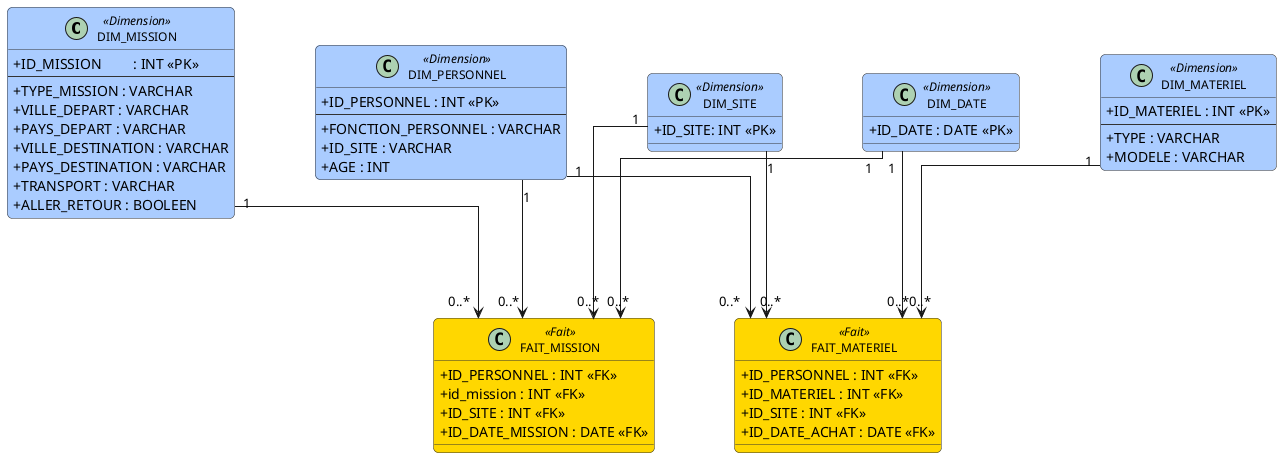
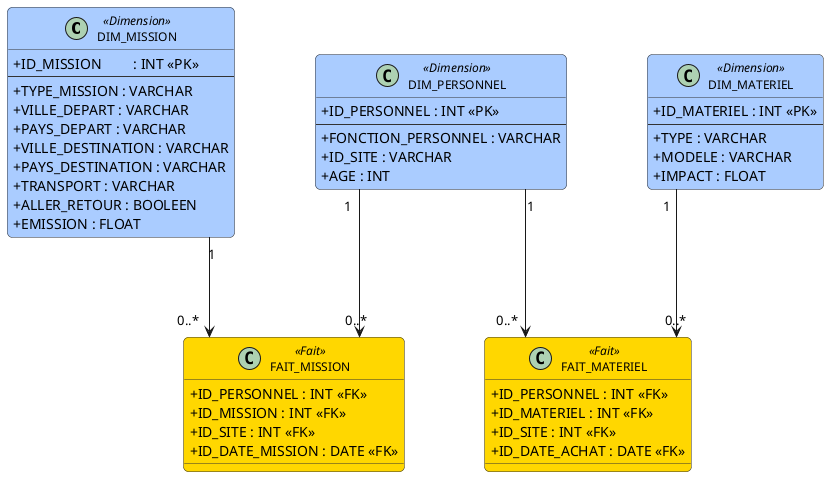
@startuml ModeleDonnees

skinparam classAttributeIconSize 0
skinparam linetype ortho
skinparam nodesep 80
skinparam ranksep 100
skinparam shadowing false
skinparam roundCorner 10
skinparam class {
  BackgroundColor<<Fait>> #FFD700
  BackgroundColor<<Dimension>> #AACCFF
  BorderColor #333333
  FontSize 12
}

' ===== DIMENSIONS PARTAGÉES / HAUT =====
class DIM_MISSION << Dimension >> {
  + ID_MISSION	 : INT <<PK>>
  --
  + TYPE_MISSION : VARCHAR
  + VILLE_DEPART : VARCHAR
  + PAYS_DEPART : VARCHAR
  + VILLE_DESTINATION : VARCHAR
  + PAYS_DESTINATION : VARCHAR
  + TRANSPORT : VARCHAR
  + ALLER_RETOUR : BOOLEEN
+   + EMISSION : FLOAT
}

class DIM_MATERIEL << Dimension >> {
  + ID_MATERIEL : INT <<PK>>
  --
  + TYPE : VARCHAR
  + MODELE : VARCHAR
+   + IMPACT : FLOAT
}

' ===== DIMENSION CENTRALE PARTAGÉE =====
class DIM_PERSONNEL << Dimension >> {
  + ID_PERSONNEL : INT <<PK>>
  --
  + FONCTION_PERSONNEL : VARCHAR
  + ID_SITE : VARCHAR
  + AGE : INT
}

- class DIM_SITE << Dimension >> {
-   + ID_SITE: INT <<PK>>
- }
- 
- class DIM_DATE << Dimension >> {
-   + ID_DATE : DATE <<PK>>
- }
- 
' ===== TABLES DE FAITS =====
class FAIT_MISSION << Fait >> {
  + ID_PERSONNEL : INT <<FK>>
-   + id_mission : INT <<FK>>
+   + ID_MISSION : INT <<FK>>
  + ID_SITE : INT <<FK>>
  + ID_DATE_MISSION : DATE <<FK>>
}

class FAIT_MATERIEL << Fait >> {
  + ID_PERSONNEL : INT <<FK>>
  + ID_MATERIEL : INT <<FK>>
  + ID_SITE : INT <<FK>>
  + ID_DATE_ACHAT : DATE <<FK>>
}

' ===== POSITIONNEMENT =====
' Ligne du haut : dimensions spécifiques
DIM_MISSION  -[hidden]right- DIM_MATERIEL

' Faits côte à côte au milieu
FAIT_MISSION -[hidden]right- FAIT_MATERIEL

' Ligne du bas : dimensions partagées
- DIM_PERSONNEL -[hidden]right- DIM_SITE

' ===== RELATIONS FAIT_MISSION =====
DIM_MISSION       "1" --> "0..*" FAIT_MISSION
DIM_PERSONNEL     "1" --> "0..*" FAIT_MISSION
- DIM_SITE          "1" --> "0..*" FAIT_MISSION
- DIM_DATE    "1" --> "0..*" FAIT_MISSION

' ===== RELATIONS FAIT_MATERIEL =====
DIM_MATERIEL      "1" --> "0..*" FAIT_MATERIEL
DIM_PERSONNEL     "1" --> "0..*" FAIT_MATERIEL
- DIM_SITE          "1" --> "0..*" FAIT_MATERIEL
- DIM_DATE  "1" --> "0..*" FAIT_MATERIEL



@enduml